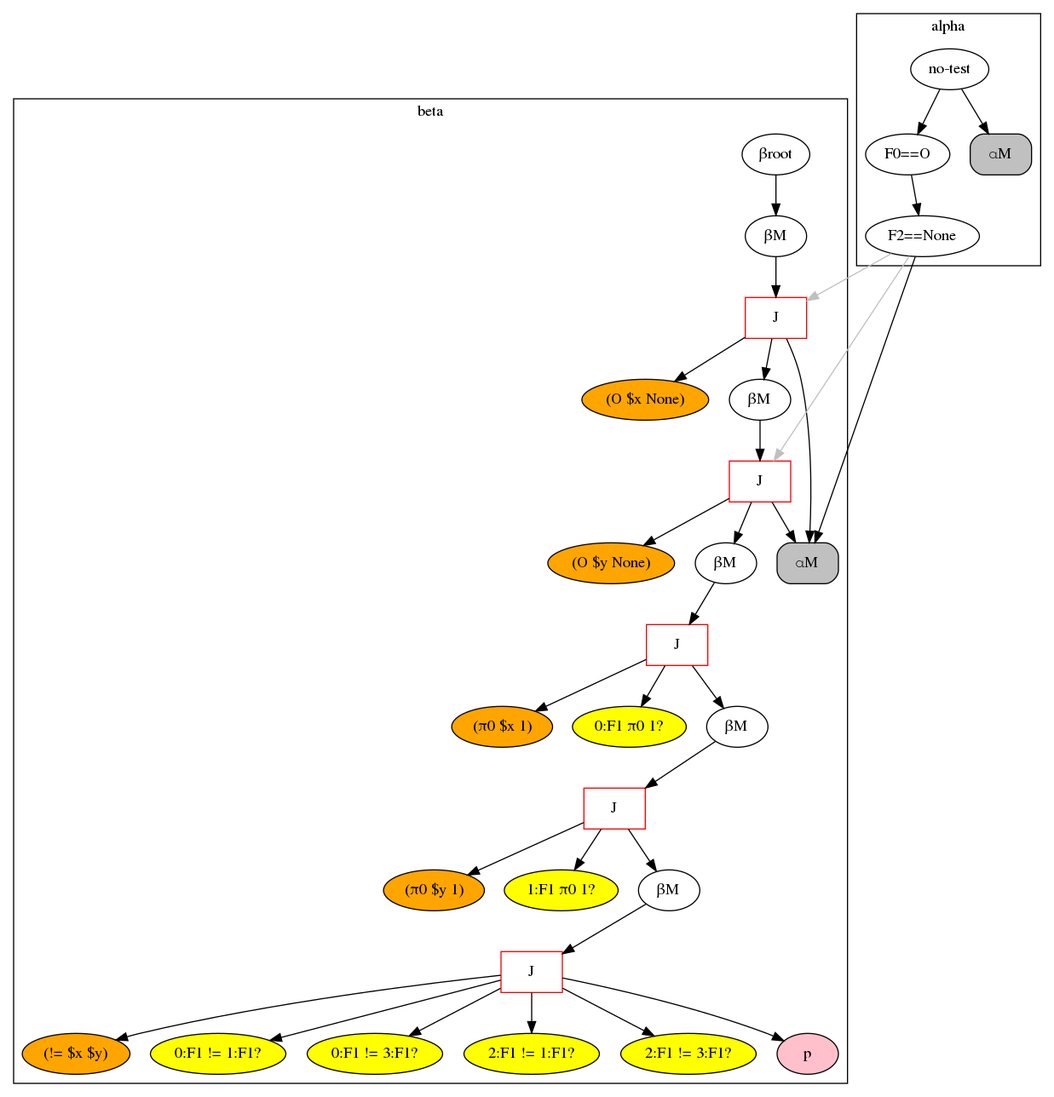
Earlier version of the Graphviz export rete.png (Cybernetic1/GIRL). Its source is kept beside it as rete.dot.
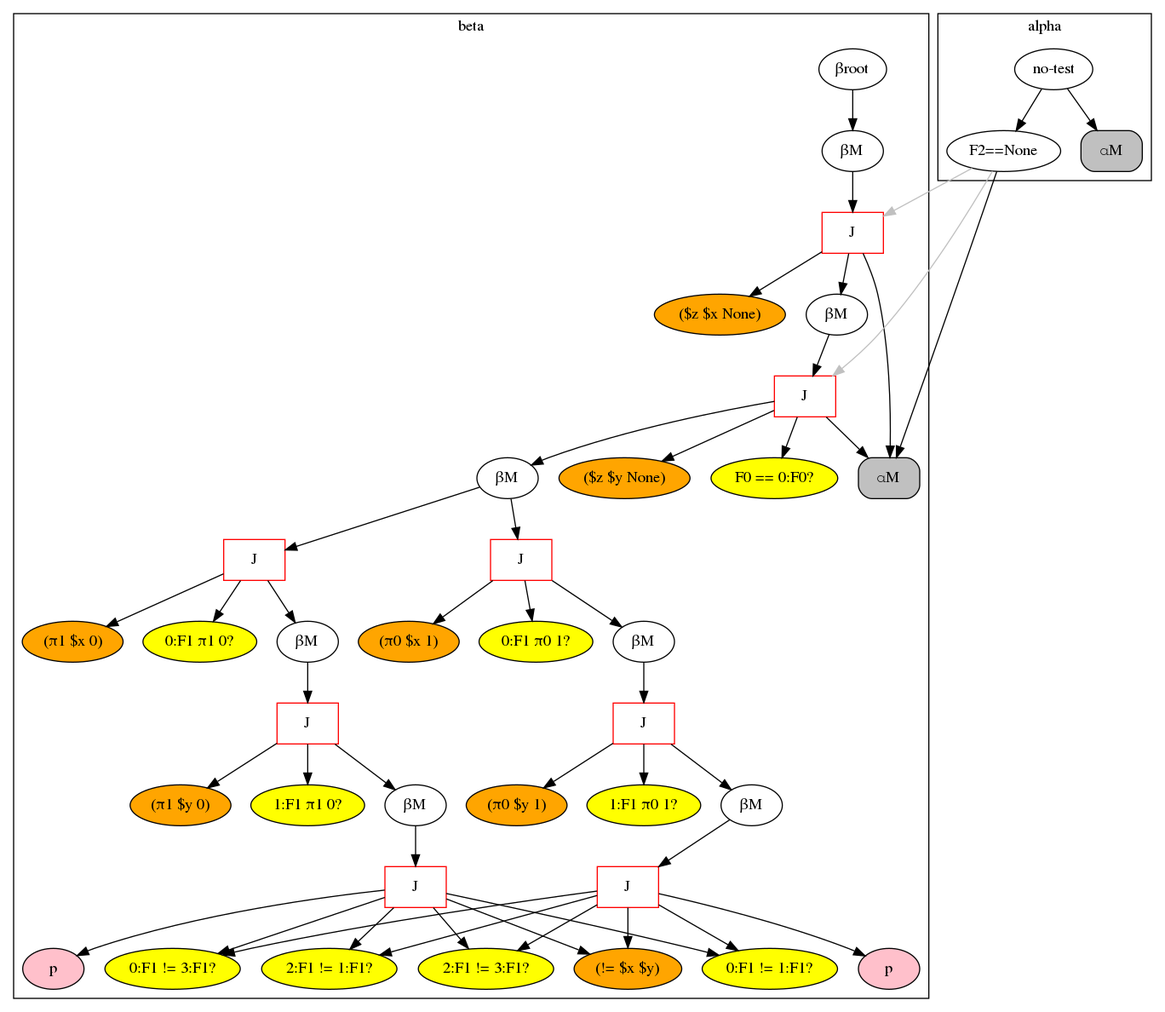
Above is the later version.

Diff of the diagram source:
```diff
@@ -1,63 +1,94 @@
 digraph {
 	subgraph cluster_1 {
 	label = beta
-	"BetaNode 0x7f5b0c358a90" [label="βroot"];
-	"BetaNode 0x7f5b0c358a90" -> "BetaMemory 0x7f5b0c2fc080";
-	"BetaMemory 0x7f5b0c2fc080" [label="βM"];
-	"BetaMemory 0x7f5b0c2fc080" -> "JoinNode 0x7f5b0c2fc198";
-	"JoinNode 0x7f5b0c2fc198" [shape=box,color=red,label="J"];
-	"JoinNode 0x7f5b0c2fc198" -> "⍺M:<rete.alpha.AlphaMemory object at 0x7f5b0c2fc160>"
-	"(O $x None)" [style=filled,fillcolor=orange];
-	"JoinNode 0x7f5b0c2fc198" -> "(O $x None)"
-	"JoinNode 0x7f5b0c2fc198" -> "BetaMemory 0x7f5b0c2fc1d0";
-	"BetaMemory 0x7f5b0c2fc1d0" [label="βM"];
-	"BetaMemory 0x7f5b0c2fc1d0" -> "JoinNode 0x7f5b0c2fc208";
-	"JoinNode 0x7f5b0c2fc208" [shape=box,color=red,label="J"];
-	"JoinNode 0x7f5b0c2fc208" -> "⍺M:<rete.alpha.AlphaMemory object at 0x7f5b0c2fc160>"
-	"(O $y None)" [style=filled,fillcolor=orange];
-	"JoinNode 0x7f5b0c2fc208" -> "(O $y None)"
-	"JoinNode 0x7f5b0c2fc208" -> "BetaMemory 0x7f5b0c2fc240";
-	"BetaMemory 0x7f5b0c2fc240" [label="βM"];
-	"BetaMemory 0x7f5b0c2fc240" -> "JoinNode 0x7f5b0c2fc278";
-	"JoinNode 0x7f5b0c2fc278" [shape=box,color=red,label="J"];
+	"BetaNode 0x7f02a5c1ef60" [label="βroot"];
+	"BetaNode 0x7f02a5c1ef60" -> "BetaMemory 0x7f02a5be7c88";
+	"BetaMemory 0x7f02a5be7c88" [label="βM"];
+	"BetaMemory 0x7f02a5be7c88" -> "JoinNode 0x7f02a5be7d68";
+	"JoinNode 0x7f02a5be7d68" [shape=box,color=red,label="J"];
+	"JoinNode 0x7f02a5be7d68" -> "⍺M:<rete.alpha.AlphaMemory object at 0x7f02a5be7d30>"
+	"($z $x None)" [style=filled,fillcolor=orange];
+	"JoinNode 0x7f02a5be7d68" -> "($z $x None)"
+	"JoinNode 0x7f02a5be7d68" -> "BetaMemory 0x7f02a5be7da0";
+	"BetaMemory 0x7f02a5be7da0" [label="βM"];
+	"BetaMemory 0x7f02a5be7da0" -> "JoinNode 0x7f02a5be7dd8";
+	"JoinNode 0x7f02a5be7dd8" [shape=box,color=red,label="J"];
+	"JoinNode 0x7f02a5be7dd8" -> "⍺M:<rete.alpha.AlphaMemory object at 0x7f02a5be7d30>"
+	"($z $y None)" [style=filled,fillcolor=orange];
+	"JoinNode 0x7f02a5be7dd8" -> "($z $y None)"
+	"F0 == 0:F0?" [style=filled,fillcolor=yellow];
+	"JoinNode 0x7f02a5be7dd8" -> "F0 == 0:F0?"
+	"JoinNode 0x7f02a5be7dd8" -> "BetaMemory 0x7f02a5be7e10";
+	"BetaMemory 0x7f02a5be7e10" [label="βM"];
+	"BetaMemory 0x7f02a5be7e10" -> "JoinNode 0x7f02a5be7e80";
+	"JoinNode 0x7f02a5be7e80" [shape=box,color=red,label="J"];
+	"(π1 $x 0)" [style=filled,fillcolor=orange];
+	"JoinNode 0x7f02a5be7e80" -> "(π1 $x 0)"
+	"0:F1 π1 0?" [style=filled,fillcolor=yellow];
+	"JoinNode 0x7f02a5be7e80" -> "0:F1 π1 0?"
+	"JoinNode 0x7f02a5be7e80" -> "BetaMemory 0x7f02a5be7ef0";
+	"BetaMemory 0x7f02a5be7ef0" [label="βM"];
+	"BetaMemory 0x7f02a5be7ef0" -> "JoinNode 0x7f02a5be7f28";
+	"JoinNode 0x7f02a5be7f28" [shape=box,color=red,label="J"];
+	"(π1 $y 0)" [style=filled,fillcolor=orange];
+	"JoinNode 0x7f02a5be7f28" -> "(π1 $y 0)"
+	"1:F1 π1 0?" [style=filled,fillcolor=yellow];
+	"JoinNode 0x7f02a5be7f28" -> "1:F1 π1 0?"
+	"JoinNode 0x7f02a5be7f28" -> "BetaMemory 0x7f02a5be7f98";
+	"BetaMemory 0x7f02a5be7f98" [label="βM"];
+	"BetaMemory 0x7f02a5be7f98" -> "JoinNode 0x7f02a5be7fd0";
+	"JoinNode 0x7f02a5be7fd0" [shape=box,color=red,label="J"];
+	"(!= $x $y)" [style=filled,fillcolor=orange];
+	"JoinNode 0x7f02a5be7fd0" -> "(!= $x $y)"
+	"0:F1 != 1:F1?" [style=filled,fillcolor=yellow];
+	"JoinNode 0x7f02a5be7fd0" -> "0:F1 != 1:F1?"
+	"0:F1 != 3:F1?" [style=filled,fillcolor=yellow];
+	"JoinNode 0x7f02a5be7fd0" -> "0:F1 != 3:F1?"
+	"2:F1 != 1:F1?" [style=filled,fillcolor=yellow];
+	"JoinNode 0x7f02a5be7fd0" -> "2:F1 != 1:F1?"
+	"2:F1 != 3:F1?" [style=filled,fillcolor=yellow];
+	"JoinNode 0x7f02a5be7fd0" -> "2:F1 != 3:F1?"
+	"JoinNode 0x7f02a5be7fd0" -> "PNode 0x7f02a5be7c50";
+	"PNode 0x7f02a5be7c50" [style=filled,fillcolor=pink,label="p"];
+	"BetaMemory 0x7f02a5be7e10" -> "JoinNode 0x7f02a5b6a320";
+	"JoinNode 0x7f02a5b6a320" [shape=box,color=red,label="J"];
 	"(π0 $x 1)" [style=filled,fillcolor=orange];
-	"JoinNode 0x7f5b0c2fc278" -> "(π0 $x 1)"
+	"JoinNode 0x7f02a5b6a320" -> "(π0 $x 1)"
 	"0:F1 π0 1?" [style=filled,fillcolor=yellow];
-	"JoinNode 0x7f5b0c2fc278" -> "0:F1 π0 1?"
-	"JoinNode 0x7f5b0c2fc278" -> "BetaMemory 0x7f5b0c2fc2e8";
-	"BetaMemory 0x7f5b0c2fc2e8" [label="βM"];
-	"BetaMemory 0x7f5b0c2fc2e8" -> "JoinNode 0x7f5b0c2fc320";
-	"JoinNode 0x7f5b0c2fc320" [shape=box,color=red,label="J"];
+	"JoinNode 0x7f02a5b6a320" -> "0:F1 π0 1?"
+	"JoinNode 0x7f02a5b6a320" -> "BetaMemory 0x7f02a5b6a2b0";
+	"BetaMemory 0x7f02a5b6a2b0" [label="βM"];
+	"BetaMemory 0x7f02a5b6a2b0" -> "JoinNode 0x7f02a5b6a358";
+	"JoinNode 0x7f02a5b6a358" [shape=box,color=red,label="J"];
 	"(π0 $y 1)" [style=filled,fillcolor=orange];
-	"JoinNode 0x7f5b0c2fc320" -> "(π0 $y 1)"
+	"JoinNode 0x7f02a5b6a358" -> "(π0 $y 1)"
 	"1:F1 π0 1?" [style=filled,fillcolor=yellow];
-	"JoinNode 0x7f5b0c2fc320" -> "1:F1 π0 1?"
-	"JoinNode 0x7f5b0c2fc320" -> "BetaMemory 0x7f5b0c2fc390";
-	"BetaMemory 0x7f5b0c2fc390" [label="βM"];
-	"BetaMemory 0x7f5b0c2fc390" -> "JoinNode 0x7f5b0c2fc3c8";
-	"JoinNode 0x7f5b0c2fc3c8" [shape=box,color=red,label="J"];
+	"JoinNode 0x7f02a5b6a358" -> "1:F1 π0 1?"
+	"JoinNode 0x7f02a5b6a358" -> "BetaMemory 0x7f02a5b6a3c8";
+	"BetaMemory 0x7f02a5b6a3c8" [label="βM"];
+	"BetaMemory 0x7f02a5b6a3c8" -> "JoinNode 0x7f02a5b6a400";
+	"JoinNode 0x7f02a5b6a400" [shape=box,color=red,label="J"];
 	"(!= $x $y)" [style=filled,fillcolor=orange];
-	"JoinNode 0x7f5b0c2fc3c8" -> "(!= $x $y)"
+	"JoinNode 0x7f02a5b6a400" -> "(!= $x $y)"
 	"0:F1 != 1:F1?" [style=filled,fillcolor=yellow];
-	"JoinNode 0x7f5b0c2fc3c8" -> "0:F1 != 1:F1?"
+	"JoinNode 0x7f02a5b6a400" -> "0:F1 != 1:F1?"
 	"0:F1 != 3:F1?" [style=filled,fillcolor=yellow];
-	"JoinNode 0x7f5b0c2fc3c8" -> "0:F1 != 3:F1?"
+	"JoinNode 0x7f02a5b6a400" -> "0:F1 != 3:F1?"
 	"2:F1 != 1:F1?" [style=filled,fillcolor=yellow];
-	"JoinNode 0x7f5b0c2fc3c8" -> "2:F1 != 1:F1?"
+	"JoinNode 0x7f02a5b6a400" -> "2:F1 != 1:F1?"
 	"2:F1 != 3:F1?" [style=filled,fillcolor=yellow];
-	"JoinNode 0x7f5b0c2fc3c8" -> "2:F1 != 3:F1?"
-	"JoinNode 0x7f5b0c2fc3c8" -> "PNode 0x7f5b0c2fc048";
-	"PNode 0x7f5b0c2fc048" [style=filled,fillcolor=pink,label="p"];
+	"JoinNode 0x7f02a5b6a400" -> "2:F1 != 3:F1?"
+	"JoinNode 0x7f02a5b6a400" -> "PNode 0x7f02a5b6a278";
+	"PNode 0x7f02a5b6a278" [style=filled,fillcolor=pink,label="p"];
 	}
 	subgraph cluster_0 {
 	label = alpha
-	"no-test" -> "F0==O";
-	"F0==O" -> "F2==None";
-	"F2==None" -> "⍺M:<rete.alpha.AlphaMemory object at 0x7f5b0c2fc160>";
-	"⍺M:<rete.alpha.AlphaMemory object at 0x7f5b0c2fc160>" [shape=box, style="rounded,filled", label="⍺M", fillcolor=gray];
-	"no-test" -> "⍺M:<rete.alpha.AlphaMemory object at 0x7f5b0c358748>";
-	"⍺M:<rete.alpha.AlphaMemory object at 0x7f5b0c358748>" [shape=box, style="rounded,filled", label="⍺M", fillcolor=gray];
+	"no-test" -> "F2==None";
+	"F2==None" -> "⍺M:<rete.alpha.AlphaMemory object at 0x7f02a5be7d30>";
+	"⍺M:<rete.alpha.AlphaMemory object at 0x7f02a5be7d30>" [shape=box, style="rounded,filled", label="⍺M", fillcolor=gray];
+	"no-test" -> "⍺M:<rete.alpha.AlphaMemory object at 0x7f02a5c1ec18>";
+	"⍺M:<rete.alpha.AlphaMemory object at 0x7f02a5c1ec18>" [shape=box, style="rounded,filled", label="⍺M", fillcolor=gray];
 	}
-	"F2==None" -> "JoinNode 0x7f5b0c2fc198" [color=gray];
-	"F2==None" -> "JoinNode 0x7f5b0c2fc208" [color=gray];
+	"F2==None" -> "JoinNode 0x7f02a5be7d68" [color=gray];
+	"F2==None" -> "JoinNode 0x7f02a5be7dd8" [color=gray];
 }
```
